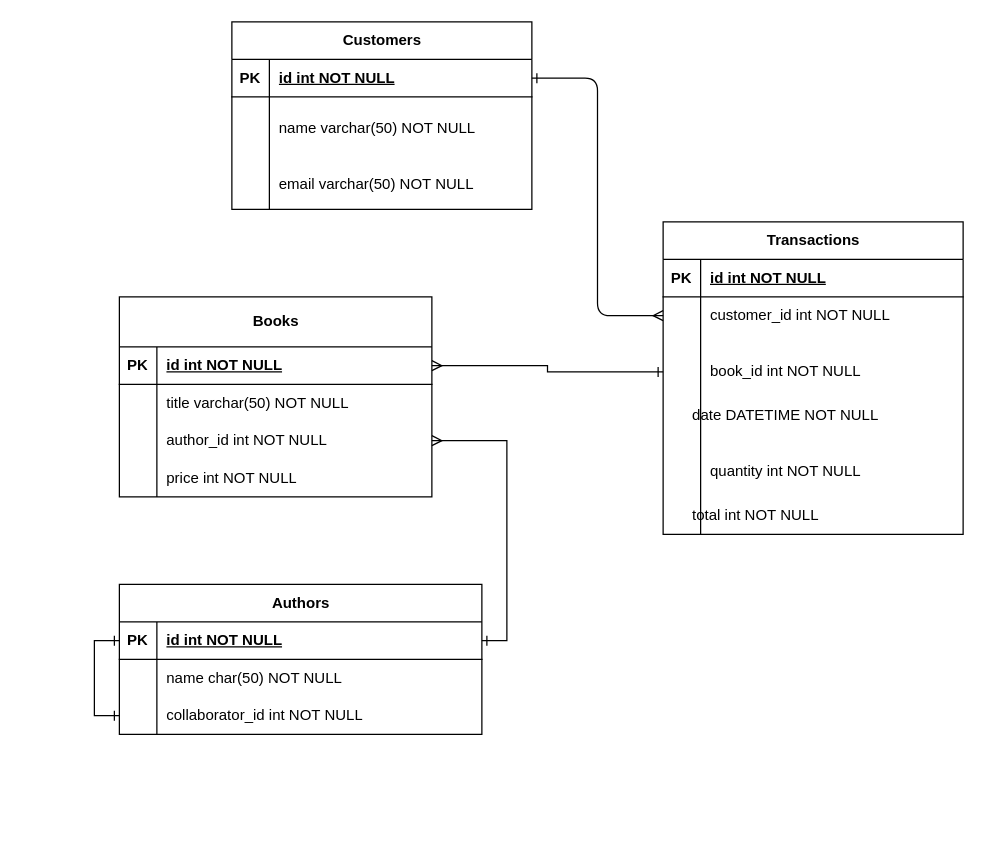
Before: BookHaven.drawio in Utsukara/CTDatabaseFundamentals, a draw.io diagram. Source tidied: cells renumbered, new cells numbered last; positions are measured from the earlier drawing's top-left corner, leaving out a move shared by most shapes. Both pictures are drawn from the tidied source at 125%, with x=0, y=0 at pixel (119, 21).
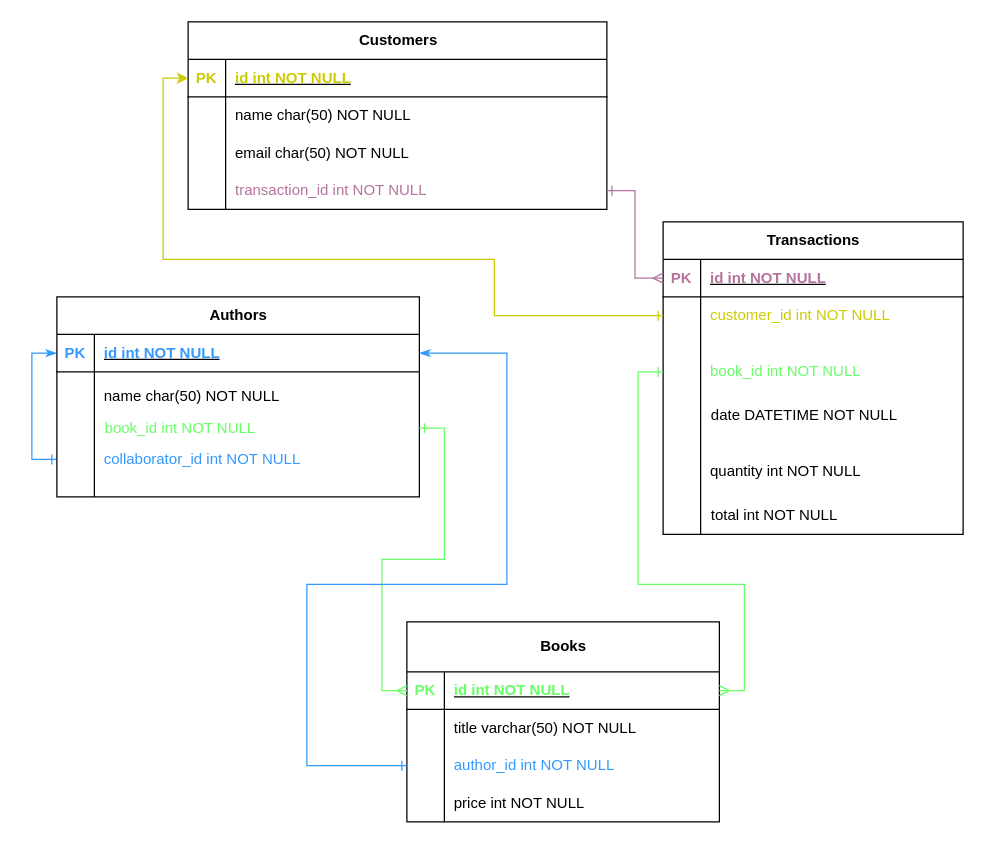
The same diagram, later.

The change refers to these unchanged cells:
```xml
<mxCell id="13" style="shape=tableRow;horizontal=0;startSize=0;swimlaneHead=0;swimlaneBody=0;fillColor=none;points=[[0,0.5],[1,0.5]];portConstraint=eastwest;top=0;left=0;right=0;bottom=1;" parent="12" vertex="1">
  <mxGeometry y="30" width="240" height="30" as="geometry" />
</mxCell>
<mxCell id="16" style="shape=tableRow;horizontal=0;startSize=0;swimlaneHead=0;swimlaneBody=0;fillColor=none;points=[[0,0.5],[1,0.5]];portConstraint=eastwest;top=0;left=0;right=0;bottom=0;" parent="12" vertex="1">
  <mxGeometry y="60" width="240" height="30" as="geometry" />
</mxCell>
<mxCell id="19" style="shape=tableRow;horizontal=0;startSize=0;swimlaneHead=0;swimlaneBody=0;fillColor=none;points=[[0,0.5],[1,0.5]];portConstraint=eastwest;top=0;left=0;right=0;bottom=0;" parent="12" vertex="1">
  <mxGeometry y="90" width="240" height="60" as="geometry" />
</mxCell>
<mxCell id="27" style="shape=tableRow;horizontal=0;startSize=0;swimlaneHead=0;swimlaneBody=0;fillColor=none;points=[[0,0.5],[1,0.5]];portConstraint=eastwest;top=0;left=0;right=0;bottom=1;" parent="26" vertex="1">
  <mxGeometry y="40" width="250" height="30" as="geometry" />
</mxCell>
<mxCell id="33" style="shape=tableRow;horizontal=0;startSize=0;swimlaneHead=0;swimlaneBody=0;fillColor=none;points=[[0,0.5],[1,0.5]];portConstraint=eastwest;top=0;left=0;right=0;bottom=0;" parent="26" vertex="1">
  <mxGeometry y="100" width="250" height="30" as="geometry" />
</mxCell>
<mxCell id="42" style="shape=tableRow;horizontal=0;startSize=0;swimlaneHead=0;swimlaneBody=0;fillColor=none;points=[[0,0.5],[1,0.5]];portConstraint=eastwest;top=0;left=0;right=0;bottom=1;" parent="41" vertex="1">
  <mxGeometry y="30" width="290" height="30" as="geometry" />
</mxCell>
```

What changed in the source:
```diff
@@
-    <mxCell id="2" value="Customers" style="shape=table;startSize=30;childLayout=tableLayout;rowLines=0;fontStyle=1;align=center;html=1;" parent="1" vertex="1">
-      <mxGeometry x="90" width="240" height="150" as="geometry" />
-    </mxCell>
-    <mxCell id="3" style="shape=tableRow;horizontal=0;startSize=0;swimlaneHead=0;swimlaneBody=0;fillColor=none;points=[[0,0.5],[1,0.5]];portConstraint=eastwest;top=0;left=0;right=0;bottom=1;" parent="2" vertex="1">
-      <mxGeometry y="30" width="240" height="30" as="geometry" />
-    </mxCell>
-    <mxCell id="4" value="PK" style="shape=partialRectangle;fillColor=none;top=0;left=0;bottom=0;right=0;fontStyle=1;overflow=hidden;whiteSpace=wrap;html=1;" parent="3" vertex="1">
-      <mxGeometry width="30" height="30" as="geometry" />
-    </mxCell>
-    <mxCell id="5" value="id int NOT NULL" style="shape=partialRectangle;fillColor=none;top=0;left=0;bottom=0;right=0;align=left;spacingLeft=6;fontStyle=5;overflow=hidden;whiteSpace=wrap;html=1;" parent="3" vertex="1">
-      <mxGeometry x="30" width="210" height="30" as="geometry" />
-    </mxCell>
-    <mxCell id="6" style="shape=tableRow;horizontal=0;startSize=0;swimlaneHead=0;swimlaneBody=0;fillColor=none;top=0;left=0;right=0;bottom=0;" parent="2" vertex="1">
-      <mxGeometry y="60" width="240" height="50" as="geometry" />
-    </mxCell>
-    <mxCell id="7" style="shape=partialRectangle;fillColor=none;top=0;left=0;bottom=0;right=0;overflow=hidden;whiteSpace=wrap;html=1;" parent="6" vertex="1">
-      <mxGeometry width="30" height="50" as="geometry" />
-    </mxCell>
-    <mxCell id="8" value="name varchar(50) NOT NULL" style="shape=partialRectangle;fillColor=none;top=0;left=0;bottom=0;right=0;align=left;spacingLeft=6;overflow=hidden;whiteSpace=wrap;html=1;" parent="6" vertex="1">
-      <mxGeometry x="30" width="210" height="50" as="geometry" />
-    </mxCell>
-    <mxCell id="9" style="shape=tableRow;horizontal=0;startSize=0;swimlaneHead=0;swimlaneBody=0;fillColor=none;top=0;left=0;right=0;bottom=0;" parent="2" vertex="1">
-      <mxGeometry y="110" width="240" height="40" as="geometry" />
-    </mxCell>
-    <mxCell id="10" style="shape=partialRectangle;fillColor=none;top=0;left=0;bottom=0;right=0;overflow=hidden;whiteSpace=wrap;html=1;" parent="9" vertex="1">
-      <mxGeometry width="30" height="40" as="geometry" />
-    </mxCell>
-    <mxCell id="11" value="email varchar(50) NOT NULL" style="shape=partialRectangle;fillColor=none;top=0;left=0;bottom=0;right=0;align=left;spacingLeft=6;overflow=hidden;whiteSpace=wrap;html=1;" parent="9" vertex="1">
-      <mxGeometry x="30" width="210" height="40" as="geometry" />
-    </mxCell>
@@
-    <mxCell id="14" value="PK" style="shape=partialRectangle;fillColor=none;top=0;left=0;bottom=0;right=0;fontStyle=1;overflow=hidden;whiteSpace=wrap;html=1;" parent="13" vertex="1">
+    <mxCell id="14" value="&lt;font color=&quot;#b5739d&quot;&gt;PK&lt;/font&gt;" style="shape=partialRectangle;fillColor=none;top=0;left=0;bottom=0;right=0;fontStyle=1;overflow=hidden;whiteSpace=wrap;html=1;" parent="13" vertex="1">
       <mxGeometry width="30" height="30" as="geometry" />
     </mxCell>
-    <mxCell id="15" value="id int NOT NULL" style="shape=partialRectangle;fillColor=none;top=0;left=0;bottom=0;right=0;align=left;spacingLeft=6;fontStyle=5;overflow=hidden;whiteSpace=wrap;html=1;" parent="13" vertex="1">
+    <mxCell id="15" value="&lt;font color=&quot;#b5739d&quot;&gt;id int NOT NULL&lt;/font&gt;" style="shape=partialRectangle;fillColor=none;top=0;left=0;bottom=0;right=0;align=left;spacingLeft=6;fontStyle=5;overflow=hidden;whiteSpace=wrap;html=1;" parent="13" vertex="1">
       <mxGeometry x="30" width="210" height="30" as="geometry" />
     </mxCell>
@@
-    <mxCell id="18" value="customer_id int NOT NULL" style="shape=partialRectangle;fillColor=none;top=0;left=0;bottom=0;right=0;align=left;spacingLeft=6;overflow=hidden;whiteSpace=wrap;html=1;" parent="16" vertex="1">
+    <mxCell id="18" value="&lt;font color=&quot;#cccc00&quot;&gt;customer_id int NOT NULL&lt;/font&gt;" style="shape=partialRectangle;fillColor=none;top=0;left=0;bottom=0;right=0;align=left;spacingLeft=6;overflow=hidden;whiteSpace=wrap;html=1;" parent="16" vertex="1">
       <mxGeometry x="30" width="210" height="30" as="geometry" />
     </mxCell>
@@
-    <mxCell id="21" value="book_id int NOT NULL" style="shape=partialRectangle;fillColor=none;top=0;left=0;bottom=0;right=0;align=left;spacingLeft=6;overflow=hidden;whiteSpace=wrap;html=1;" parent="19" vertex="1">
+    <mxCell id="21" value="&lt;font color=&quot;#66ff66&quot;&gt;book_id int NOT NULL&lt;/font&gt;" style="shape=partialRectangle;fillColor=none;top=0;left=0;bottom=0;right=0;align=left;spacingLeft=6;overflow=hidden;whiteSpace=wrap;html=1;" parent="19" vertex="1">
       <mxGeometry x="30" width="210" height="60" as="geometry" />
     </mxCell>
@@
-    <mxCell id="25" style="edgeStyle=orthogonalEdgeStyle;rounded=0;jettySize=auto;html=1;entryX=0;entryY=0.5;entryDx=0;entryDy=0;startArrow=ERone;startFill=0;endArrow=ERone;endFill=0;" parent="1" edge="1" source="48" target="42">
+    <mxCell id="25" style="edgeStyle=orthogonalEdgeStyle;rounded=0;jettySize=auto;html=1;entryX=0;entryY=0.5;entryDx=0;entryDy=0;startArrow=ERone;startFill=0;endArrow=classicThin;endFill=1;strokeColor=#3399FF;" parent="1" edge="1" source="48" target="42">
       <mxGeometry relative="1" as="geometry" />
     </mxCell>
     <mxCell id="26" value="Books" style="shape=table;startSize=40;childLayout=tableLayout;rowLines=0;fontStyle=1;align=center;html=1;" parent="1" vertex="1">
-      <mxGeometry y="220" width="250" height="160" as="geometry" />
+      <mxGeometry x="230" y="480" width="250" height="160" as="geometry" />
     </mxCell>
@@
-    <mxCell id="28" value="PK" style="shape=partialRectangle;fillColor=none;top=0;left=0;bottom=0;right=0;fontStyle=1;overflow=hidden;whiteSpace=wrap;html=1;" parent="27" vertex="1">
+    <mxCell id="28" value="&lt;font color=&quot;#66ff66&quot;&gt;PK&lt;/font&gt;" style="shape=partialRectangle;fillColor=none;top=0;left=0;bottom=0;right=0;fontStyle=1;overflow=hidden;whiteSpace=wrap;html=1;" parent="27" vertex="1">
       <mxGeometry width="30" height="30" as="geometry" />
     </mxCell>
-    <mxCell id="29" value="id int NOT NULL" style="shape=partialRectangle;fillColor=none;top=0;left=0;bottom=0;right=0;align=left;spacingLeft=6;fontStyle=5;overflow=hidden;whiteSpace=wrap;html=1;" parent="27" vertex="1">
+    <mxCell id="29" value="&lt;font color=&quot;#66ff66&quot;&gt;id int NOT NULL&lt;/font&gt;" style="shape=partialRectangle;fillColor=none;top=0;left=0;bottom=0;right=0;align=left;spacingLeft=6;fontStyle=5;overflow=hidden;whiteSpace=wrap;html=1;" parent="27" vertex="1">
       <mxGeometry x="30" width="220" height="30" as="geometry" />
     </mxCell>
@@
-    <mxCell id="35" value="author_id int NOT NULL" style="shape=partialRectangle;fillColor=none;top=0;left=0;bottom=0;right=0;align=left;spacingLeft=6;overflow=hidden;whiteSpace=wrap;html=1;" parent="33" vertex="1">
+    <mxCell id="35" value="&lt;font color=&quot;#3399ff&quot;&gt;author_id int NOT NULL&lt;/font&gt;" style="shape=partialRectangle;fillColor=none;top=0;left=0;bottom=0;right=0;align=left;spacingLeft=6;overflow=hidden;whiteSpace=wrap;html=1;" parent="33" vertex="1">
       <mxGeometry x="30" width="220" height="30" as="geometry" />
     </mxCell>
@@
-    <mxCell id="39" style="edgeStyle=orthogonalEdgeStyle;rounded=1;jettySize=auto;html=1;curved=0;startArrow=ERone;startFill=0;endArrow=ERmany;endFill=0;" parent="1" edge="1" source="3" target="16">
-      <mxGeometry relative="1" as="geometry" />
-    </mxCell>
-    <mxCell id="40" style="edgeStyle=orthogonalEdgeStyle;rounded=0;jettySize=auto;html=1;startArrow=ERone;startFill=0;endArrow=ERmany;endFill=0;" parent="1" edge="1" source="19" target="27">
-      <mxGeometry relative="1" as="geometry" />
+    <mxCell id="40" style="edgeStyle=orthogonalEdgeStyle;rounded=0;jettySize=auto;html=1;startArrow=ERone;startFill=0;endArrow=ERmany;endFill=0;entryX=1;entryY=0.5;entryDx=0;entryDy=0;strokeColor=#66FF66;" parent="1" edge="1" source="19" target="27">
+      <mxGeometry relative="1" as="geometry">
+        <Array as="points">
+          <mxPoint x="415" y="280" />
+          <mxPoint x="415" y="450" />
+          <mxPoint x="500" y="450" />
+          <mxPoint x="500" y="535" />
+        </Array>
+      </mxGeometry>
     </mxCell>
     <mxCell id="41" value="Authors" style="shape=table;startSize=30;childLayout=tableLayout;rowLines=0;fontStyle=1;align=center;html=1;" parent="1" vertex="1">
-      <mxGeometry y="450" width="290" height="120" as="geometry" />
+      <mxGeometry x="-50" y="220" width="290" height="160" as="geometry" />
     </mxCell>
@@
-    <mxCell id="43" value="PK" style="shape=partialRectangle;fillColor=none;top=0;left=0;bottom=0;right=0;fontStyle=1;overflow=hidden;whiteSpace=wrap;html=1;" parent="42" vertex="1">
+    <mxCell id="43" value="&lt;font color=&quot;#3399ff&quot;&gt;PK&lt;/font&gt;" style="shape=partialRectangle;fillColor=none;top=0;left=0;bottom=0;right=0;fontStyle=1;overflow=hidden;whiteSpace=wrap;html=1;" parent="42" vertex="1">
       <mxGeometry width="30" height="30" as="geometry" />
     </mxCell>
-    <mxCell id="44" value="id int NOT NULL" style="shape=partialRectangle;fillColor=none;top=0;left=0;bottom=0;right=0;align=left;spacingLeft=6;fontStyle=5;overflow=hidden;whiteSpace=wrap;html=1;" parent="42" vertex="1">
+    <mxCell id="44" value="&lt;font color=&quot;#3399ff&quot;&gt;id int NOT NULL&lt;/font&gt;" style="shape=partialRectangle;fillColor=none;top=0;left=0;bottom=0;right=0;align=left;spacingLeft=6;fontStyle=5;overflow=hidden;whiteSpace=wrap;html=1;" parent="42" vertex="1">
       <mxGeometry x="30" width="260" height="30" as="geometry" />
     </mxCell>
     <mxCell id="45" style="shape=tableRow;horizontal=0;startSize=0;swimlaneHead=0;swimlaneBody=0;fillColor=none;top=0;left=0;right=0;bottom=0;" parent="41" vertex="1">
-      <mxGeometry y="60" width="290" height="30" as="geometry" />
+      <mxGeometry y="60" width="290" height="40" as="geometry" />
     </mxCell>
     <mxCell id="46" style="shape=partialRectangle;fillColor=none;top=0;left=0;bottom=0;right=0;overflow=hidden;whiteSpace=wrap;html=1;" parent="45" vertex="1">
-      <mxGeometry width="30" height="30" as="geometry" />
+      <mxGeometry width="30" height="40" as="geometry" />
     </mxCell>
     <mxCell id="47" value="name char(50) NOT NULL" style="shape=partialRectangle;fillColor=none;top=0;left=0;bottom=0;right=0;align=left;spacingLeft=6;overflow=hidden;whiteSpace=wrap;html=1;" parent="45" vertex="1">
-      <mxGeometry x="30" width="260" height="30" as="geometry" />
+      <mxGeometry x="30" width="260" height="40" as="geometry" />
     </mxCell>
     <mxCell id="48" style="shape=tableRow;horizontal=0;startSize=0;swimlaneHead=0;swimlaneBody=0;fillColor=none;points=[[0,0.5],[1,0.5]];portConstraint=eastwest;top=0;left=0;right=0;bottom=0;" parent="41" vertex="1">
-      <mxGeometry y="90" width="290" height="30" as="geometry" />
+      <mxGeometry y="100" width="290" height="60" as="geometry" />
     </mxCell>
     <mxCell id="49" style="shape=partialRectangle;fillColor=none;top=0;left=0;bottom=0;right=0;overflow=hidden;whiteSpace=wrap;html=1;" parent="48" vertex="1">
-      <mxGeometry width="30" height="30" as="geometry" />
+      <mxGeometry width="30" height="60" as="geometry" />
     </mxCell>
-    <mxCell id="50" value="collaborator_id int NOT NULL" style="shape=partialRectangle;fillColor=none;top=0;left=0;bottom=0;right=0;align=left;spacingLeft=6;overflow=hidden;whiteSpace=wrap;html=1;" parent="48" vertex="1">
-      <mxGeometry x="30" width="260" height="30" as="geometry" />
+    <mxCell id="50" value="&lt;font color=&quot;#3399ff&quot;&gt;collaborator_id int NOT NULL&lt;/font&gt;" style="shape=partialRectangle;fillColor=none;top=0;left=0;bottom=0;right=0;align=left;spacingLeft=6;overflow=hidden;whiteSpace=wrap;html=1;" parent="48" vertex="1">
+      <mxGeometry x="30" width="260" height="60" as="geometry" />
     </mxCell>
-    <mxCell id="51" style="edgeStyle=orthogonalEdgeStyle;rounded=0;jettySize=auto;html=1;exitX=1;exitY=0.5;exitDx=0;exitDy=0;startArrow=ERone;startFill=0;endArrow=ERmany;endFill=0;" parent="1" edge="1" source="42" target="33">
+    <mxCell id="51" style="edgeStyle=orthogonalEdgeStyle;rounded=0;jettySize=auto;html=1;exitX=1;exitY=0.5;exitDx=0;exitDy=0;startArrow=ERone;startFill=0;endArrow=ERmany;endFill=0;entryX=0;entryY=0.5;entryDx=0;entryDy=0;strokeColor=#66FF66;" parent="1" edge="1" source="65" target="27">
       <mxGeometry relative="1" as="geometry" />
     </mxCell>
     <mxCell id="52" value="&amp;nbsp; date DATETIME NOT NULL&amp;nbsp;" style="text;strokeColor=none;align=left;fillColor=none;html=1;verticalAlign=middle;whiteSpace=wrap;rounded=0;" parent="1" vertex="1">
-      <mxGeometry x="450" y="300" width="210" height="30" as="geometry" />
+      <mxGeometry x="465" y="300" width="210" height="30" as="geometry" />
     </mxCell>
     <mxCell id="53" value="&amp;nbsp; total int NOT NULL" style="text;strokeColor=none;align=left;fillColor=none;html=1;verticalAlign=middle;whiteSpace=wrap;rounded=0;" parent="1" vertex="1">
-      <mxGeometry x="450" y="380" width="210" height="30" as="geometry" />
+      <mxGeometry x="465" y="380" width="210" height="30" as="geometry" />
     </mxCell>
+    <mxCell id="2" value="Customers" style="shape=table;startSize=30;childLayout=tableLayout;rowLines=0;fontStyle=1;align=center;html=1;" parent="1" vertex="1">
+      <mxGeometry x="55" width="335" height="150" as="geometry" />
+    </mxCell>
+    <mxCell id="54" style="shape=tableRow;horizontal=0;startSize=0;swimlaneHead=0;swimlaneBody=0;fillColor=none;points=[[0,0.5],[1,0.5]];portConstraint=eastwest;top=0;left=0;right=0;bottom=1;" parent="2" vertex="1">
+      <mxGeometry y="30" width="335" height="30" as="geometry" />
+    </mxCell>
+    <mxCell id="4" value="&lt;font color=&quot;#cccc00&quot;&gt;PK&lt;/font&gt;" style="shape=partialRectangle;fillColor=none;top=0;left=0;bottom=0;right=0;fontStyle=1;overflow=hidden;whiteSpace=wrap;html=1;" parent="54" vertex="1">
+      <mxGeometry width="30" height="30" as="geometry" />
+    </mxCell>
+    <mxCell id="5" value="&lt;font color=&quot;#cccc00&quot;&gt;id int NOT NULL&lt;/font&gt;" style="shape=partialRectangle;fillColor=none;top=0;left=0;bottom=0;right=0;align=left;spacingLeft=6;fontStyle=5;overflow=hidden;whiteSpace=wrap;html=1;" parent="54" vertex="1">
+      <mxGeometry x="30" width="305" height="30" as="geometry" />
+    </mxCell>
+    <mxCell id="55" style="shape=tableRow;horizontal=0;startSize=0;swimlaneHead=0;swimlaneBody=0;fillColor=none;top=0;left=0;right=0;bottom=0;" parent="2" vertex="1">
+      <mxGeometry y="60" width="335" height="30" as="geometry" />
+    </mxCell>
+    <mxCell id="56" style="shape=partialRectangle;fillColor=none;top=0;left=0;bottom=0;right=0;overflow=hidden;whiteSpace=wrap;html=1;" parent="55" vertex="1">
+      <mxGeometry width="30" height="30" as="geometry" />
+    </mxCell>
+    <mxCell id="57" value="name char(50) NOT NULL" style="shape=partialRectangle;fillColor=none;top=0;left=0;bottom=0;right=0;align=left;spacingLeft=6;overflow=hidden;whiteSpace=wrap;html=1;" parent="55" vertex="1">
+      <mxGeometry x="30" width="305" height="30" as="geometry" />
+    </mxCell>
+    <mxCell id="58" style="shape=tableRow;horizontal=0;startSize=0;swimlaneHead=0;swimlaneBody=0;fillColor=none;top=0;left=0;right=0;bottom=0;" parent="2" vertex="1">
+      <mxGeometry y="90" width="335" height="30" as="geometry" />
+    </mxCell>
+    <mxCell id="59" style="shape=partialRectangle;fillColor=none;top=0;left=0;bottom=0;right=0;overflow=hidden;whiteSpace=wrap;html=1;" parent="58" vertex="1">
+      <mxGeometry width="30" height="30" as="geometry" />
+    </mxCell>
+    <mxCell id="60" value="email char(50) NOT NULL" style="shape=partialRectangle;fillColor=none;top=0;left=0;bottom=0;right=0;align=left;spacingLeft=6;overflow=hidden;whiteSpace=wrap;html=1;" parent="58" vertex="1">
+      <mxGeometry x="30" width="305" height="30" as="geometry" />
+    </mxCell>
+    <mxCell id="61" style="shape=tableRow;horizontal=0;startSize=0;swimlaneHead=0;swimlaneBody=0;fillColor=none;points=[[0,0.5],[1,0.5]];portConstraint=eastwest;top=0;left=0;right=0;bottom=0;" parent="2" vertex="1">
+      <mxGeometry y="120" width="335" height="30" as="geometry" />
+    </mxCell>
+    <mxCell id="62" style="shape=partialRectangle;fillColor=none;top=0;left=0;bottom=0;right=0;overflow=hidden;whiteSpace=wrap;html=1;" parent="61" vertex="1">
+      <mxGeometry width="30" height="30" as="geometry" />
+    </mxCell>
+    <mxCell id="63" value="&lt;font color=&quot;#b5739d&quot;&gt;transaction_id int NOT NULL&lt;/font&gt;" style="shape=partialRectangle;fillColor=none;top=0;left=0;bottom=0;right=0;align=left;spacingLeft=6;overflow=hidden;whiteSpace=wrap;html=1;" parent="61" vertex="1">
+      <mxGeometry x="30" width="305" height="30" as="geometry" />
+    </mxCell>
+    <mxCell id="64" style="edgeStyle=orthogonalEdgeStyle;rounded=0;jettySize=auto;html=1;entryX=0;entryY=0.5;entryDx=0;entryDy=0;startArrow=ERone;startFill=0;endArrow=ERmany;endFill=0;strokeColor=#B5739D;" parent="1" edge="1" source="61" target="13">
+      <mxGeometry relative="1" as="geometry" />
+    </mxCell>
+    <mxCell id="65" value="&lt;font color=&quot;#66ff66&quot;&gt;&amp;nbsp; book_id int NOT NULL&lt;/font&gt;" style="text;strokeColor=none;align=left;fillColor=none;html=1;verticalAlign=middle;whiteSpace=wrap;rounded=0;" parent="1" vertex="1">
+      <mxGeometry x="-20" y="310" width="260" height="30" as="geometry" />
+    </mxCell>
+    <mxCell id="66" style="edgeStyle=orthogonalEdgeStyle;rounded=0;jettySize=auto;html=1;entryX=1;entryY=0.5;entryDx=0;entryDy=0;startArrow=ERone;startFill=0;endArrow=classicThin;endFill=1;strokeColor=#3399FF;" parent="1" edge="1" source="33" target="42">
+      <mxGeometry relative="1" as="geometry">
+        <Array as="points">
+          <mxPoint x="150" y="595" />
+          <mxPoint x="150" y="450" />
+          <mxPoint x="310" y="450" />
+          <mxPoint x="310" y="265" />
+        </Array>
+      </mxGeometry>
+    </mxCell>
+    <mxCell id="67" style="edgeStyle=orthogonalEdgeStyle;rounded=0;jettySize=auto;html=1;entryX=0;entryY=0.5;entryDx=0;entryDy=0;exitX=0;exitY=0.5;exitDx=0;exitDy=0;startArrow=ERone;startFill=0;strokeColor=#CCCC00;" parent="1" edge="1" source="16" target="54">
+      <mxGeometry relative="1" as="geometry">
+        <Array as="points">
+          <mxPoint x="300" y="235" />
+          <mxPoint x="300" y="190" />
+          <mxPoint x="35" y="190" />
+          <mxPoint x="35" y="45" />
+        </Array>
+      </mxGeometry>
+    </mxCell>
```
